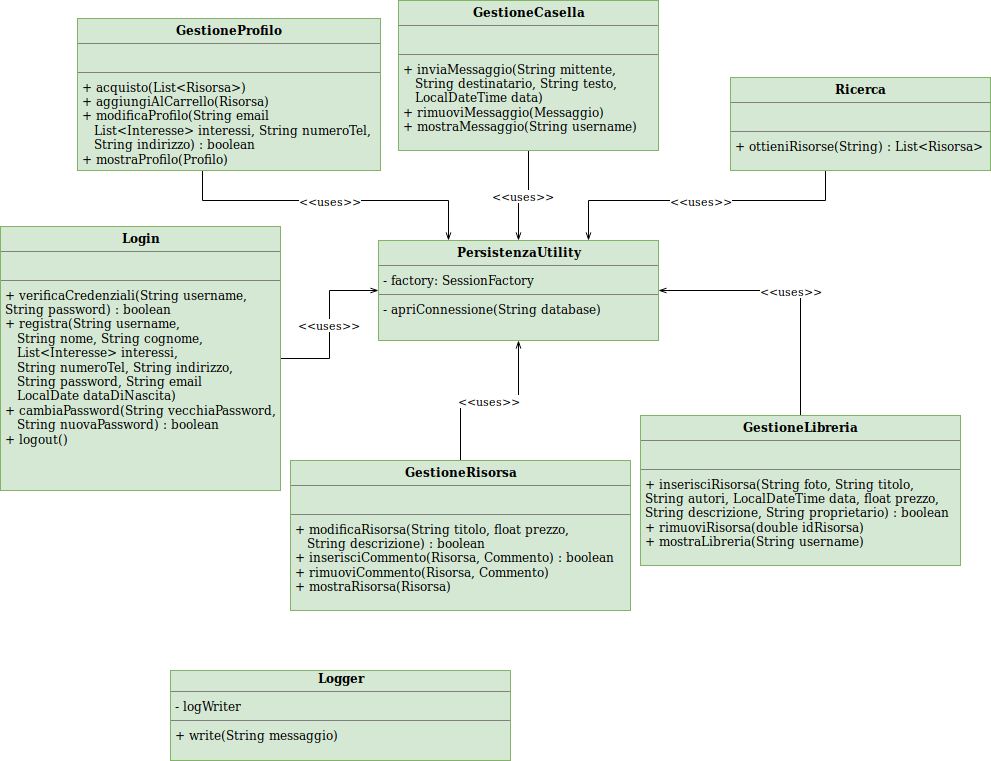
Earlier version of the draw.io export Reingegnerizzazione/dettaglioServer.png (SundavarBlaka/Alexandria). Source tidied: cells renumbered, new cells last; positions are measured from the earlier drawing's top-left corner, leaving out a move shared by most shapes. Its diagram source:
```xml
<mxGraphModel>
  <root>
    <mxCell id="0" />
    <mxCell id="1" parent="0" />
    <mxCell id="2" value="&lt;p style=&quot;margin: 0px ; margin-top: 4px ; text-align: center&quot;&gt;&lt;b&gt;PersistenzaUtility&lt;/b&gt;&lt;/p&gt;&lt;hr size=&quot;1&quot;&gt;&lt;p style=&quot;margin: 0px ; margin-left: 4px&quot;&gt;- factory: SessionFactory&lt;br&gt;&lt;/p&gt;&lt;hr size=&quot;1&quot;&gt;&lt;p style=&quot;margin: 0px ; margin-left: 4px&quot;&gt;- apriConnessione(String database)&lt;/p&gt;" style="verticalAlign=top;align=left;overflow=fill;fontSize=12;fontFamily=Helvetica;html=1;fillColor=#d5e8d4;strokeColor=#82b366;" parent="1" vertex="1">
      <mxGeometry x="378" y="240" width="280" height="100" as="geometry" />
    </mxCell>
    <mxCell id="3" value="&amp;lt;&amp;lt;uses&amp;gt;&amp;gt;" style="edgeStyle=orthogonalEdgeStyle;rounded=0;jettySize=auto;html=1;entryX=0.75;entryY=0;entryDx=0;entryDy=0;endArrow=openThin;endFill=0;" parent="1" edge="1" source="4" target="2">
      <mxGeometry relative="1" as="geometry">
        <Array as="points">
          <mxPoint x="825" y="200" />
          <mxPoint x="588" y="200" />
        </Array>
      </mxGeometry>
    </mxCell>
    <mxCell id="4" value="&lt;p style=&quot;margin: 0px ; margin-top: 4px ; text-align: center&quot;&gt;&lt;b&gt;Ricerca&lt;/b&gt;&lt;/p&gt;&lt;hr size=&quot;1&quot;&gt;&lt;p style=&quot;margin: 0px ; margin-left: 4px&quot;&gt;&lt;br&gt;&lt;/p&gt;&lt;hr size=&quot;1&quot;&gt;&lt;p style=&quot;margin: 0px ; margin-left: 4px&quot;&gt;+ ottieniRisorse(String) : List&amp;lt;Risorsa&amp;gt;&lt;br&gt;&lt;/p&gt;" style="verticalAlign=top;align=left;overflow=fill;fontSize=12;fontFamily=Helvetica;html=1;fillColor=#d5e8d4;strokeColor=#82b366;" parent="1" vertex="1">
      <mxGeometry x="730" y="77" width="260" height="93" as="geometry" />
    </mxCell>
    <mxCell id="5" value="&amp;lt;&amp;lt;uses&amp;gt;&amp;gt;" style="edgeStyle=orthogonalEdgeStyle;rounded=0;jettySize=auto;html=1;endArrow=openThin;endFill=0;" parent="1" edge="1" source="6" target="2">
      <mxGeometry relative="1" as="geometry" />
    </mxCell>
    <mxCell id="6" value="&lt;p style=&quot;margin: 0px ; margin-top: 4px ; text-align: center&quot;&gt;&lt;b&gt;Login&lt;/b&gt;&lt;/p&gt;&lt;hr size=&quot;1&quot;&gt;&lt;p style=&quot;margin: 0px ; margin-left: 4px&quot;&gt;&lt;br&gt;&lt;/p&gt;&lt;hr size=&quot;1&quot;&gt;&lt;p style=&quot;margin: 0px ; margin-left: 4px&quot;&gt;+ verificaCredenziali(String username,&lt;/p&gt;&lt;p style=&quot;margin: 0px ; margin-left: 4px&quot;&gt;String password) : boolean&lt;br&gt;&lt;/p&gt;&lt;p style=&quot;margin: 0px ; margin-left: 4px&quot;&gt;&lt;span&gt;+ registra(String username, &lt;br&gt;&lt;/span&gt;&lt;/p&gt;&lt;p style=&quot;margin: 0px ; margin-left: 4px&quot;&gt;&lt;span&gt;&amp;nbsp;&amp;nbsp; String nome, String cognome, &lt;br&gt;&lt;/span&gt;&lt;/p&gt;&lt;p style=&quot;margin: 0px ; margin-left: 4px&quot;&gt;&lt;span&gt;&amp;nbsp;&amp;nbsp; List&amp;lt;Interesse&amp;gt; interessi,&lt;/span&gt;&lt;/p&gt;&lt;p style=&quot;margin: 0px ; margin-left: 4px&quot;&gt;&lt;span&gt;&amp;nbsp;&amp;nbsp; String numeroTel, String indirizzo, &lt;br&gt;&lt;/span&gt;&lt;/p&gt;&lt;p style=&quot;margin: 0px ; margin-left: 4px&quot;&gt;&lt;span&gt;&amp;nbsp;&amp;nbsp; String password, String email&lt;br&gt;&lt;/span&gt;&lt;/p&gt;&lt;p style=&quot;margin: 0px ; margin-left: 4px&quot;&gt;&lt;span&gt;&amp;nbsp;&amp;nbsp; LocalDate dataDiNascita)&lt;/span&gt;&lt;/p&gt;&lt;p style=&quot;margin: 0px ; margin-left: 4px&quot;&gt;+ cambiaPassword(String vecchiaPassword,&lt;/p&gt;&lt;p style=&quot;margin: 0px ; margin-left: 4px&quot;&gt;&amp;nbsp;&amp;nbsp; String nuovaPassword) : boolean&lt;br&gt;&lt;/p&gt;&lt;p style=&quot;margin: 0px ; margin-left: 4px&quot;&gt;+ logout()&lt;/p&gt;" style="verticalAlign=top;align=left;overflow=fill;fontSize=12;fontFamily=Helvetica;html=1;fillColor=#d5e8d4;strokeColor=#82b366;" parent="1" vertex="1">
      <mxGeometry y="226" width="280" height="264" as="geometry" />
    </mxCell>
    <mxCell id="7" value="&amp;lt;&amp;lt;uses&amp;gt;&amp;gt;" style="edgeStyle=orthogonalEdgeStyle;rounded=0;jettySize=auto;html=1;entryX=0.25;entryY=0;entryDx=0;entryDy=0;endArrow=openThin;endFill=0;" parent="1" edge="1" source="8" target="2">
      <mxGeometry relative="1" as="geometry">
        <Array as="points">
          <mxPoint x="202" y="200" />
          <mxPoint x="448" y="200" />
        </Array>
      </mxGeometry>
    </mxCell>
    <mxCell id="8" value="&lt;p style=&quot;margin: 0px ; margin-top: 4px ; text-align: center&quot;&gt;&lt;b&gt;GestioneProfilo&lt;/b&gt;&lt;/p&gt;&lt;hr size=&quot;1&quot;&gt;&lt;p style=&quot;margin: 0px ; margin-left: 4px&quot;&gt;&lt;br&gt;&lt;/p&gt;&lt;hr size=&quot;1&quot;&gt;&lt;p style=&quot;margin: 0px ; margin-left: 4px&quot;&gt;+ acquisto(List&amp;lt;Risorsa&amp;gt;)&lt;/p&gt;&lt;p style=&quot;margin: 0px ; margin-left: 4px&quot;&gt;+ aggiungiAlCarrello(Risorsa)&lt;/p&gt;&lt;p style=&quot;margin: 0px ; margin-left: 4px&quot;&gt;+ modificaProfilo(String email&amp;nbsp;&lt;/p&gt;&lt;p style=&quot;margin: 0px ; margin-left: 4px&quot;&gt;&amp;nbsp;&amp;nbsp; List&amp;lt;Interesse&amp;gt; interessi, String numeroTel,&lt;/p&gt;&lt;p style=&quot;margin: 0px ; margin-left: 4px&quot;&gt;&amp;nbsp;&amp;nbsp; String indirizzo) : boolean&lt;/p&gt;&lt;p style=&quot;margin: 0px ; margin-left: 4px&quot;&gt;+ mostraProfilo(Profilo)&lt;/p&gt;" style="verticalAlign=top;align=left;overflow=fill;fontSize=12;fontFamily=Helvetica;html=1;fillColor=#d5e8d4;strokeColor=#82b366;" parent="1" vertex="1">
      <mxGeometry x="77" y="18" width="303" height="152" as="geometry" />
    </mxCell>
    <mxCell id="9" value="&amp;lt;&amp;lt;uses&amp;gt;&amp;gt;" style="edgeStyle=orthogonalEdgeStyle;rounded=0;jettySize=auto;html=1;endArrow=openThin;endFill=0;" parent="1" edge="1" source="10" target="2">
      <mxGeometry relative="1" as="geometry" />
    </mxCell>
    <mxCell id="10" value="&lt;p style=&quot;margin: 0px ; margin-top: 4px ; text-align: center&quot;&gt;&lt;b&gt;GestioneCasella&lt;/b&gt;&lt;/p&gt;&lt;hr size=&quot;1&quot;&gt;&lt;p style=&quot;margin: 0px ; margin-left: 4px&quot;&gt;&lt;br&gt;&lt;/p&gt;&lt;hr size=&quot;1&quot;&gt;&lt;p style=&quot;margin: 0px ; margin-left: 4px&quot;&gt;+ inviaMessaggio(String mittente,&amp;nbsp;&lt;/p&gt;&lt;p style=&quot;margin: 0px ; margin-left: 4px&quot;&gt;&amp;nbsp;&amp;nbsp; String destinatario, String testo,&lt;/p&gt;&lt;p style=&quot;margin: 0px ; margin-left: 4px&quot;&gt;&amp;nbsp;&amp;nbsp; LocalDateTime data)&lt;/p&gt;&lt;p style=&quot;margin: 0px ; margin-left: 4px&quot;&gt;+ rimuoviMessaggio(Messaggio)&lt;/p&gt;&lt;p style=&quot;margin: 0px ; margin-left: 4px&quot;&gt;+ mostraMessaggio(String username)&lt;/p&gt;" style="verticalAlign=top;align=left;overflow=fill;fontSize=12;fontFamily=Helvetica;html=1;fillColor=#d5e8d4;strokeColor=#82b366;" parent="1" vertex="1">
      <mxGeometry x="398" width="260" height="150" as="geometry" />
    </mxCell>
    <mxCell id="11" value="&amp;lt;&amp;lt;uses&amp;gt;&amp;gt;" style="edgeStyle=orthogonalEdgeStyle;rounded=0;jettySize=auto;html=1;endArrow=openThin;endFill=0;" parent="1" edge="1" source="12" target="2">
      <mxGeometry relative="1" as="geometry" />
    </mxCell>
    <mxCell id="12" value="&lt;p style=&quot;margin: 0px ; margin-top: 4px ; text-align: center&quot;&gt;&lt;b&gt;GestioneRisorsa&lt;/b&gt;&lt;/p&gt;&lt;hr size=&quot;1&quot;&gt;&lt;p style=&quot;margin: 0px ; margin-left: 4px&quot;&gt;&lt;br&gt;&lt;/p&gt;&lt;hr size=&quot;1&quot;&gt;&lt;p style=&quot;margin: 0px ; margin-left: 4px&quot;&gt;+ modificaRisorsa(String titolo, float prezzo,&lt;/p&gt;&lt;p style=&quot;margin: 0px ; margin-left: 4px&quot;&gt;&amp;nbsp;&amp;nbsp; String descrizione) : boolean&lt;br&gt;&lt;/p&gt;&lt;p style=&quot;margin: 0px ; margin-left: 4px&quot;&gt;+ inserisciCommento(Risorsa, Commento) : boolean&lt;br&gt;&lt;/p&gt;&lt;p style=&quot;margin: 0px ; margin-left: 4px&quot;&gt;+ rimuoviCommento(Risorsa, Commento)&lt;/p&gt;&lt;p style=&quot;margin: 0px ; margin-left: 4px&quot;&gt;+ mostraRisorsa(Risorsa)&lt;/p&gt;" style="verticalAlign=top;align=left;overflow=fill;fontSize=12;fontFamily=Helvetica;html=1;fillColor=#d5e8d4;strokeColor=#82b366;" parent="1" vertex="1">
      <mxGeometry x="290" y="460" width="340" height="150" as="geometry" />
    </mxCell>
    <mxCell id="13" value="&amp;lt;&amp;lt;uses&amp;gt;&amp;gt;" style="edgeStyle=orthogonalEdgeStyle;rounded=0;jettySize=auto;html=1;entryX=1;entryY=0.5;entryDx=0;entryDy=0;endArrow=openThin;endFill=0;" parent="1" edge="1" source="14" target="2">
      <mxGeometry relative="1" as="geometry" />
    </mxCell>
    <mxCell id="14" value="&lt;p style=&quot;margin: 0px ; margin-top: 4px ; text-align: center&quot;&gt;&lt;b&gt;GestioneLibreria&lt;/b&gt;&lt;/p&gt;&lt;hr size=&quot;1&quot;&gt;&lt;p style=&quot;margin: 0px ; margin-left: 4px&quot;&gt;&lt;br&gt;&lt;/p&gt;&lt;hr size=&quot;1&quot;&gt;&lt;p style=&quot;margin: 0px ; margin-left: 4px&quot;&gt;+ inserisciRisorsa(String foto, String titolo,&lt;/p&gt;&lt;p style=&quot;margin: 0px ; margin-left: 4px&quot;&gt;String autori, LocalDateTime data, float prezzo,&lt;/p&gt;&lt;p style=&quot;margin: 0px ; margin-left: 4px&quot;&gt;String descrizione, String proprietario) : boolean&lt;br&gt;&lt;/p&gt;&lt;p style=&quot;margin: 0px ; margin-left: 4px&quot;&gt;+ rimuoviRisorsa(double idRisorsa)&lt;/p&gt;&lt;p style=&quot;margin: 0px ; margin-left: 4px&quot;&gt;+ mostraLibreria(String username)&lt;/p&gt;" style="verticalAlign=top;align=left;overflow=fill;fontSize=12;fontFamily=Helvetica;html=1;fillColor=#d5e8d4;strokeColor=#82b366;" parent="1" vertex="1">
      <mxGeometry x="640" y="415" width="320" height="150" as="geometry" />
    </mxCell>
    <mxCell id="15" value="&lt;div align=&quot;center&quot;&gt;&lt;b&gt;Logger&lt;/b&gt;&lt;/div&gt;&lt;hr size=&quot;1&quot;&gt;&lt;p style=&quot;margin: 0px ; margin-left: 4px&quot;&gt;- logWriter&lt;br&gt;&lt;/p&gt;&lt;hr size=&quot;1&quot;&gt;&lt;p style=&quot;margin: 0px ; margin-left: 4px&quot;&gt;+ write(String messaggio)&lt;br&gt;&lt;/p&gt;" style="verticalAlign=top;align=left;overflow=fill;fontSize=12;fontFamily=Helvetica;html=1;fillColor=#d5e8d4;strokeColor=#82b366;" parent="1" vertex="1">
      <mxGeometry x="170" y="670" width="340" height="90" as="geometry" />
    </mxCell>
  </root>
</mxGraphModel>
```
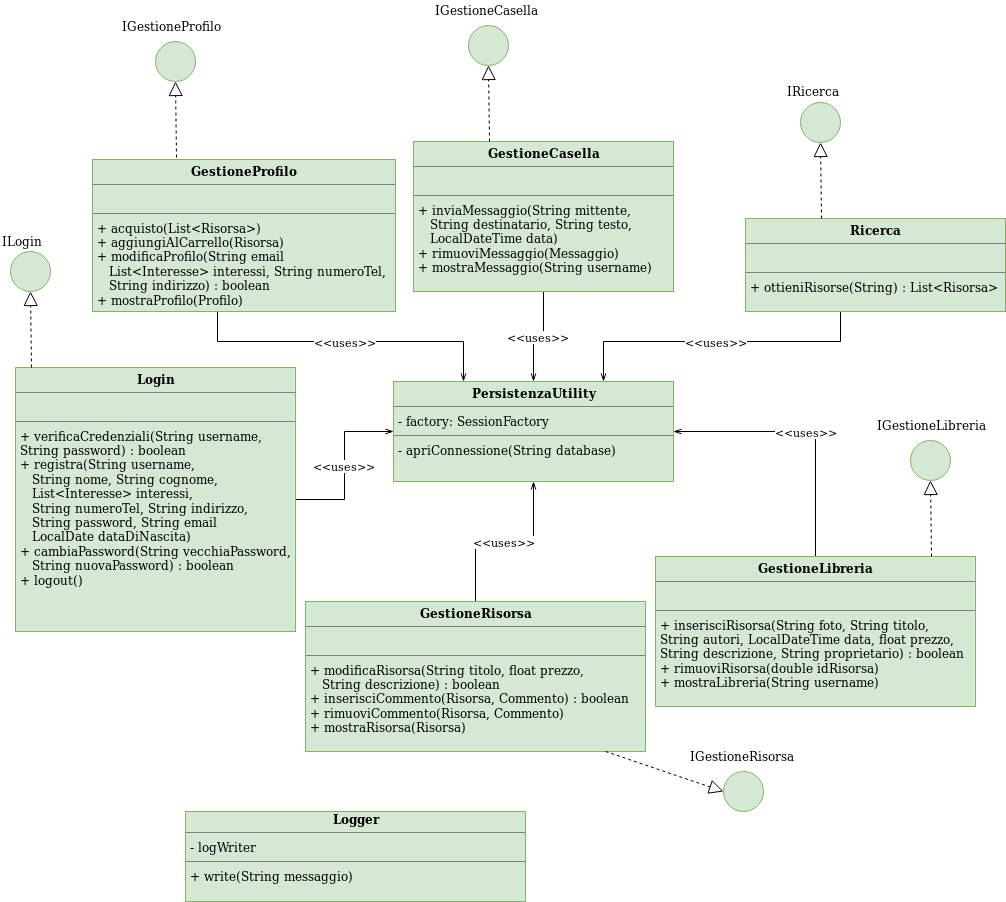
Above is the later version.

The edit, as a diff of the source:
```diff
@@ -54,5 +54,67 @@
     <mxCell id="15" value="&lt;div align=&quot;center&quot;&gt;&lt;b&gt;Logger&lt;/b&gt;&lt;/div&gt;&lt;hr size=&quot;1&quot;&gt;&lt;p style=&quot;margin: 0px ; margin-left: 4px&quot;&gt;- logWriter&lt;br&gt;&lt;/p&gt;&lt;hr size=&quot;1&quot;&gt;&lt;p style=&quot;margin: 0px ; margin-left: 4px&quot;&gt;+ write(String messaggio)&lt;br&gt;&lt;/p&gt;" style="verticalAlign=top;align=left;overflow=fill;fontSize=12;fontFamily=Helvetica;html=1;fillColor=#d5e8d4;strokeColor=#82b366;" parent="1" vertex="1">
       <mxGeometry x="170" y="670" width="340" height="90" as="geometry" />
     </mxCell>
+    <mxCell id="16" style="ellipse;whiteSpace=wrap;html=1;fillColor=#d5e8d4;strokeColor=#82b366;" parent="1" vertex="1">
+      <mxGeometry x="140" y="-100" width="40" height="40" as="geometry" />
+    </mxCell>
+    <mxCell id="17" value="IGestioneProfilo" style="text;html=1;align=left;verticalAlign=top;spacingTop=-4;" parent="1" vertex="1">
+      <mxGeometry x="105" y="-125" width="110" height="20" as="geometry" />
+    </mxCell>
+    <mxCell id="18" style="endArrow=block;dashed=1;endFill=0;endSize=12;html=1;entryX=0.5;entryY=1;entryDx=0;entryDy=0;exitX=0.277;exitY=-0.013;exitDx=0;exitDy=0;exitPerimeter=0;" parent="1" edge="1" source="8" target="16">
+      <mxGeometry relative="1" as="geometry" />
+    </mxCell>
+    <mxCell id="19" style="ellipse;whiteSpace=wrap;html=1;fillColor=#d5e8d4;strokeColor=#82b366;" parent="1" vertex="1">
+      <mxGeometry x="453" y="-116" width="40" height="40" as="geometry" />
+    </mxCell>
+    <mxCell id="20" value="IGestioneCasella" style="text;html=1;align=left;verticalAlign=top;spacingTop=-4;" parent="1" vertex="1">
+      <mxGeometry x="418" y="-141" width="120" height="20" as="geometry" />
+    </mxCell>
+    <mxCell id="21" style="endArrow=block;dashed=1;endFill=0;endSize=12;html=1;entryX=0.5;entryY=1;entryDx=0;entryDy=0;exitX=0.277;exitY=-0.013;exitDx=0;exitDy=0;exitPerimeter=0;" parent="1" edge="1" target="19">
+      <mxGeometry relative="1" as="geometry">
+        <mxPoint x="474" as="sourcePoint" />
+      </mxGeometry>
+    </mxCell>
+    <mxCell id="22" style="ellipse;whiteSpace=wrap;html=1;fillColor=#d5e8d4;strokeColor=#82b366;" parent="1" vertex="1">
+      <mxGeometry x="785" y="-39" width="40" height="40" as="geometry" />
+    </mxCell>
+    <mxCell id="23" value="IRicerca" style="text;html=1;align=left;verticalAlign=top;spacingTop=-4;" parent="1" vertex="1">
+      <mxGeometry x="770" y="-60" width="70" height="20" as="geometry" />
+    </mxCell>
+    <mxCell id="24" style="endArrow=block;dashed=1;endFill=0;endSize=12;html=1;entryX=0.5;entryY=1;entryDx=0;entryDy=0;exitX=0.277;exitY=-0.013;exitDx=0;exitDy=0;exitPerimeter=0;" parent="1" edge="1" target="22">
+      <mxGeometry relative="1" as="geometry">
+        <mxPoint x="806" y="77" as="sourcePoint" />
+      </mxGeometry>
+    </mxCell>
+    <mxCell id="25" style="ellipse;whiteSpace=wrap;html=1;fillColor=#d5e8d4;strokeColor=#82b366;" parent="1" vertex="1">
+      <mxGeometry x="-5" y="110" width="40" height="40" as="geometry" />
+    </mxCell>
+    <mxCell id="26" value="ILogin" style="text;html=1;align=left;verticalAlign=top;spacingTop=-4;" parent="1" vertex="1">
+      <mxGeometry x="-15" y="90" width="60" height="20" as="geometry" />
+    </mxCell>
+    <mxCell id="27" style="endArrow=block;dashed=1;endFill=0;endSize=12;html=1;entryX=0.5;entryY=1;entryDx=0;entryDy=0;exitX=0.277;exitY=-0.013;exitDx=0;exitDy=0;exitPerimeter=0;" parent="1" edge="1" target="25">
+      <mxGeometry relative="1" as="geometry">
+        <mxPoint x="16" y="226" as="sourcePoint" />
+      </mxGeometry>
+    </mxCell>
+    <mxCell id="28" style="ellipse;whiteSpace=wrap;html=1;fillColor=#d5e8d4;strokeColor=#82b366;" parent="1" vertex="1">
+      <mxGeometry x="895" y="299" width="40" height="40" as="geometry" />
+    </mxCell>
+    <mxCell id="29" value="IGestioneLibreria" style="text;html=1;align=left;verticalAlign=top;spacingTop=-4;" parent="1" vertex="1">
+      <mxGeometry x="860" y="274" width="120" height="20" as="geometry" />
+    </mxCell>
+    <mxCell id="30" style="endArrow=block;dashed=1;endFill=0;endSize=12;html=1;entryX=0.5;entryY=1;entryDx=0;entryDy=0;exitX=0.277;exitY=-0.013;exitDx=0;exitDy=0;exitPerimeter=0;" parent="1" edge="1" target="28">
+      <mxGeometry relative="1" as="geometry">
+        <mxPoint x="916" y="415" as="sourcePoint" />
+      </mxGeometry>
+    </mxCell>
+    <mxCell id="31" style="ellipse;whiteSpace=wrap;html=1;fillColor=#d5e8d4;strokeColor=#82b366;" parent="1" vertex="1">
+      <mxGeometry x="708" y="630" width="40" height="40" as="geometry" />
+    </mxCell>
+    <mxCell id="32" value="IGestioneRisorsa" style="text;html=1;align=left;verticalAlign=top;spacingTop=-4;" parent="1" vertex="1">
+      <mxGeometry x="673" y="605" width="120" height="20" as="geometry" />
+    </mxCell>
+    <mxCell id="33" style="endArrow=block;dashed=1;endFill=0;endSize=12;html=1;entryX=0;entryY=0.5;entryDx=0;entryDy=0;exitX=0.882;exitY=1;exitDx=0;exitDy=0;exitPerimeter=0;" parent="1" edge="1" source="12" target="31">
+      <mxGeometry relative="1" as="geometry" />
+    </mxCell>
   </root>
 </mxGraphModel>
```
